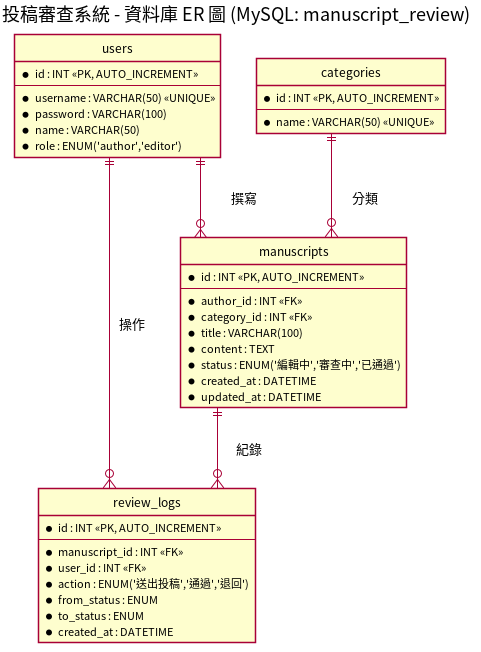
The PlantUML diagram docs/uml/06_er_diagram.png in 617-lyx/1151se_mid, before a commit. Its source is kept beside it as docs/uml/06_er_diagram.puml.
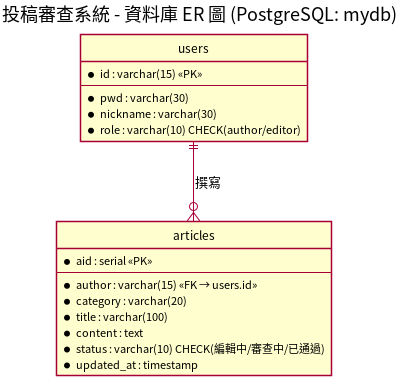
Above is the later version.

What changed in the source:
```diff
@@ -2,45 +2,25 @@
 skinparam defaultFontName "Noto Sans CJK TC"
 skinparam shadowing false
 skinparam backgroundColor white
-title 投稿審查系統 - 資料庫 ER 圖 (MySQL: manuscript_review)
+title 投稿審查系統 - 資料庫 ER 圖 (PostgreSQL: mydb)
 hide circle
 skinparam linetype ortho
 entity users {
-  * id : INT <<PK, AUTO_INCREMENT>>
+  * id : varchar(15) <<PK>>
   --
-  * username : VARCHAR(50) <<UNIQUE>>
-  * password : VARCHAR(100)
-  * name : VARCHAR(50)
-  * role : ENUM('author','editor')
+  * pwd : varchar(30)
+  * nickname : varchar(30)
+  * role : varchar(10) CHECK(author/editor)
 }
-entity categories {
-  * id : INT <<PK, AUTO_INCREMENT>>
+entity articles {
+  * aid : serial <<PK>>
   --
-  * name : VARCHAR(50) <<UNIQUE>>
+  * author : varchar(15) <<FK → users.id>>
+  * category : varchar(20)
+  * title : varchar(100)
+  * content : text
+  * status : varchar(10) CHECK(編輯中/審查中/已通過)
+  * updated_at : timestamp
 }
-entity manuscripts {
-  * id : INT <<PK, AUTO_INCREMENT>>
-  --
-  * author_id : INT <<FK>>
-  * category_id : INT <<FK>>
-  * title : VARCHAR(100)
-  * content : TEXT
-  * status : ENUM('編輯中','審查中','已通過')
-  * created_at : DATETIME
-  * updated_at : DATETIME
-}
-entity review_logs {
-  * id : INT <<PK, AUTO_INCREMENT>>
-  --
-  * manuscript_id : INT <<FK>>
-  * user_id : INT <<FK>>
-  * action : ENUM('送出投稿','通過','退回')
-  * from_status : ENUM
-  * to_status : ENUM
-  * created_at : DATETIME
-}
-users ||--o{ manuscripts : 撰寫
-categories ||--o{ manuscripts : 分類
-manuscripts ||--o{ review_logs : 紀錄
-users ||--o{ review_logs : 操作
+users ||--o{ articles : 撰寫
 @enduml
```
